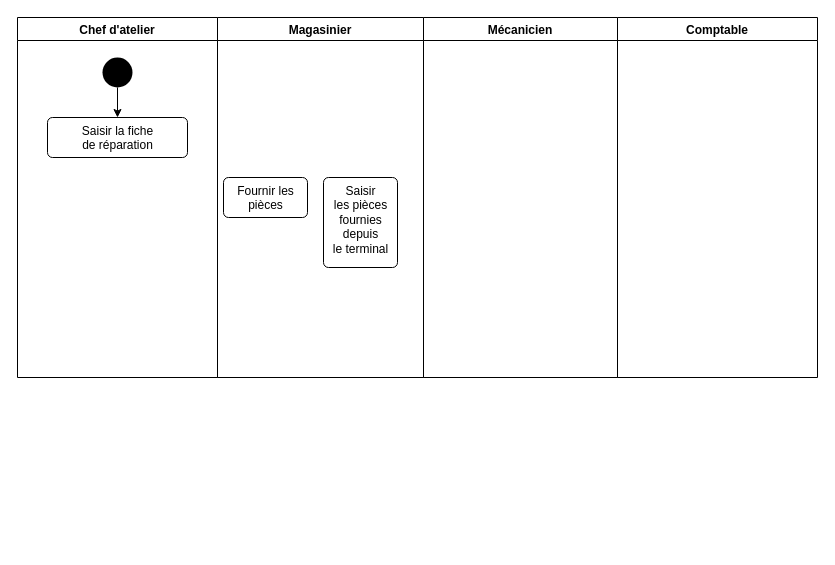
Earlier version of the draw.io diagram activite-diagram-1.drawio (clairenollet/uml-and-rup). Source tidied: cells renumbered, new cells numbered last; positions are measured from the earlier drawing's top-left corner, leaving out a move shared by most shapes. Both pictures are drawn from the tidied source at 100%, with x=0, y=0 at pixel (17, 17).
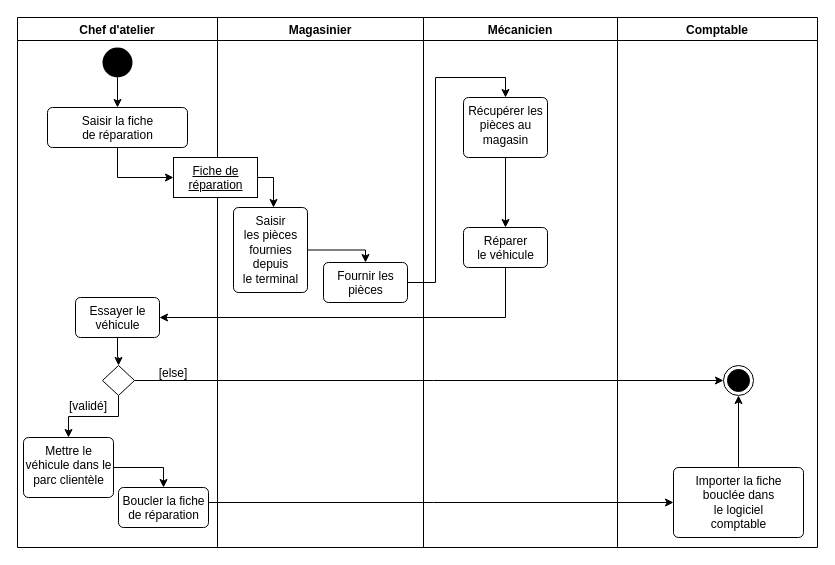
The same page after the edit.

The edit, as a diff of the source:
```diff
@@
     <mxCell id="2" value="Chef d'atelier" style="swimlane;" parent="1" vertex="1">
-      <mxGeometry width="200" height="360" as="geometry" />
+      <mxGeometry width="200" height="530" as="geometry" />
     </mxCell>
@@
     <mxCell id="4" style="ellipse;fillColor=#000000;strokeColor=none;" parent="2" vertex="1">
-      <mxGeometry x="85" y="40" width="30" height="30" as="geometry" />
+      <mxGeometry x="85" y="30" width="30" height="30" as="geometry" />
     </mxCell>
     <mxCell id="5" value="Saisir la fiche &lt;br&gt;de réparation" style="html=1;align=center;verticalAlign=top;rounded=1;absoluteArcSize=1;arcSize=10;dashed=0;" parent="2" vertex="1">
-      <mxGeometry x="30" y="100" width="140" height="40" as="geometry" />
+      <mxGeometry x="30" y="90" width="140" height="40" as="geometry" />
     </mxCell>
+    <mxCell id="11" style="edgeStyle=orthogonalEdgeStyle;rounded=0;jettySize=auto;html=1;entryX=0.5;entryY=0;entryDx=0;entryDy=0;" parent="2" edge="1" source="12" target="17">
+      <mxGeometry relative="1" as="geometry" />
+    </mxCell>
+    <mxCell id="12" value="Essayer le&lt;br&gt; véhicule" style="html=1;align=center;verticalAlign=top;rounded=1;absoluteArcSize=1;arcSize=10;dashed=0;" parent="2" vertex="1">
+      <mxGeometry x="58" y="280" width="84" height="40" as="geometry" />
+    </mxCell>
+    <mxCell id="13" style="edgeStyle=orthogonalEdgeStyle;rounded=0;jettySize=auto;html=1;entryX=0.5;entryY=0;entryDx=0;entryDy=0;" parent="2" edge="1" source="14" target="15">
+      <mxGeometry relative="1" as="geometry" />
+    </mxCell>
+    <mxCell id="14" value="Mettre le &lt;br&gt;véhicule dans le &lt;br&gt;parc clientèle" style="html=1;align=center;verticalAlign=top;rounded=1;absoluteArcSize=1;arcSize=10;dashed=0;" parent="2" vertex="1">
+      <mxGeometry x="6" y="420" width="90" height="60" as="geometry" />
+    </mxCell>
+    <mxCell id="15" value="Boucler la fiche&lt;br&gt;de réparation" style="html=1;align=center;verticalAlign=top;rounded=1;absoluteArcSize=1;arcSize=10;dashed=0;" parent="2" vertex="1">
+      <mxGeometry x="101" y="470" width="90" height="40" as="geometry" />
+    </mxCell>
+    <mxCell id="16" style="edgeStyle=orthogonalEdgeStyle;rounded=0;jettySize=auto;html=1;entryX=0.5;entryY=0;entryDx=0;entryDy=0;" parent="2" edge="1" source="17" target="14">
+      <mxGeometry relative="1" as="geometry" />
+    </mxCell>
+    <mxCell id="17" style="rhombus;whiteSpace=wrap;html=1;" parent="2" vertex="1">
+      <mxGeometry x="85" y="348" width="32" height="30" as="geometry" />
+    </mxCell>
+    <mxCell id="18" value="[else]" style="text;html=1;strokeColor=none;fillColor=none;align=center;verticalAlign=middle;whiteSpace=wrap;rounded=0;" parent="2" vertex="1">
+      <mxGeometry x="126" y="341" width="60" height="30" as="geometry" />
+    </mxCell>
+    <mxCell id="19" value="[validé]" style="text;html=1;strokeColor=none;fillColor=none;align=center;verticalAlign=middle;whiteSpace=wrap;rounded=0;" parent="2" vertex="1">
+      <mxGeometry x="41" y="374" width="60" height="30" as="geometry" />
+    </mxCell>
     <mxCell id="6" value="Magasinier" style="swimlane;" parent="1" vertex="1">
-      <mxGeometry x="200" width="206" height="360" as="geometry" />
+      <mxGeometry x="200" width="206" height="530" as="geometry" />
     </mxCell>
     <mxCell id="7" value="Fournir les&lt;br&gt;pièces" style="html=1;align=center;verticalAlign=top;rounded=1;absoluteArcSize=1;arcSize=10;dashed=0;" parent="6" vertex="1">
-      <mxGeometry x="6" y="160" width="84" height="40" as="geometry" />
+      <mxGeometry x="106" y="245" width="84" height="40" as="geometry" />
     </mxCell>
+    <mxCell id="20" style="edgeStyle=orthogonalEdgeStyle;rounded=0;jettySize=auto;html=1;entryX=0.5;entryY=0;entryDx=0;entryDy=0;" parent="6" edge="1" source="8" target="7">
+      <mxGeometry relative="1" as="geometry">
+        <Array as="points">
+          <mxPoint x="148" y="233" />
+        </Array>
+      </mxGeometry>
+    </mxCell>
     <mxCell id="8" value="Saisir&lt;br&gt;les pièces&lt;br&gt;fournies&lt;br&gt;depuis&lt;br&gt;le terminal" style="html=1;align=center;verticalAlign=top;rounded=1;absoluteArcSize=1;arcSize=10;dashed=0;" parent="6" vertex="1">
-      <mxGeometry x="106" y="160" width="74" height="90" as="geometry" />
+      <mxGeometry x="16" y="190" width="74" height="85" as="geometry" />
     </mxCell>
+    <mxCell id="21" style="edgeStyle=orthogonalEdgeStyle;rounded=0;jettySize=auto;html=1;" parent="6" edge="1" source="22">
+      <mxGeometry relative="1" as="geometry">
+        <mxPoint x="56" y="190" as="targetPoint" />
+        <Array as="points">
+          <mxPoint x="56" y="160" />
+        </Array>
+      </mxGeometry>
+    </mxCell>
+    <mxCell id="22" value="Fiche de &lt;br&gt;réparation" style="html=1;align=center;verticalAlign=top;rounded=0;absoluteArcSize=1;arcSize=10;dashed=0;fontStyle=4;" parent="6" vertex="1">
+      <mxGeometry x="-44" y="140" width="84" height="40" as="geometry" />
+    </mxCell>
     <mxCell id="9" value="Mécanicien" style="swimlane;" parent="1" vertex="1">
-      <mxGeometry x="406" width="194" height="360" as="geometry" />
+      <mxGeometry x="406" width="194" height="530" as="geometry" />
     </mxCell>
+    <mxCell id="23" style="edgeStyle=orthogonalEdgeStyle;rounded=0;jettySize=auto;html=1;entryX=0.5;entryY=0;entryDx=0;entryDy=0;" parent="9" edge="1" source="24" target="25">
+      <mxGeometry relative="1" as="geometry" />
+    </mxCell>
+    <mxCell id="24" value="Récupérer les&lt;br&gt;pièces au&lt;br&gt;magasin" style="html=1;align=center;verticalAlign=top;rounded=1;absoluteArcSize=1;arcSize=10;dashed=0;" parent="9" vertex="1">
+      <mxGeometry x="40" y="80" width="84" height="60" as="geometry" />
+    </mxCell>
+    <mxCell id="25" value="Réparer &lt;br&gt;le véhicule" style="html=1;align=center;verticalAlign=top;rounded=1;absoluteArcSize=1;arcSize=10;dashed=0;" parent="9" vertex="1">
+      <mxGeometry x="40" y="210" width="84" height="40" as="geometry" />
+    </mxCell>
     <mxCell id="10" value="Comptable" style="swimlane;" parent="1" vertex="1">
-      <mxGeometry x="600" width="200" height="360" as="geometry" />
+      <mxGeometry x="600" width="200" height="530" as="geometry" />
     </mxCell>
+    <mxCell id="26" style="edgeStyle=orthogonalEdgeStyle;rounded=0;jettySize=auto;html=1;entryX=0.5;entryY=1;entryDx=0;entryDy=0;" parent="10" edge="1" source="27" target="28">
+      <mxGeometry relative="1" as="geometry" />
+    </mxCell>
+    <mxCell id="27" value="Importer la fiche&lt;br&gt;bouclée dans&lt;br&gt;le logiciel&lt;br&gt;comptable" style="html=1;align=center;verticalAlign=top;rounded=1;absoluteArcSize=1;arcSize=10;dashed=0;" parent="10" vertex="1">
+      <mxGeometry x="56" y="450" width="130" height="70" as="geometry" />
+    </mxCell>
+    <mxCell id="28" style="ellipse;html=1;shape=endState;fillColor=#000000;strokeColor=#000000;rounded=0;" parent="10" vertex="1">
+      <mxGeometry x="106" y="348" width="30" height="30" as="geometry" />
+    </mxCell>
+    <mxCell id="29" style="edgeStyle=orthogonalEdgeStyle;rounded=0;jettySize=auto;html=1;entryX=0;entryY=0.5;entryDx=0;entryDy=0;" parent="1" edge="1" source="5" target="22">
+      <mxGeometry relative="1" as="geometry" />
+    </mxCell>
+    <mxCell id="30" style="edgeStyle=orthogonalEdgeStyle;rounded=0;jettySize=auto;html=1;entryX=0.5;entryY=0;entryDx=0;entryDy=0;" parent="1" edge="1" source="7" target="24">
+      <mxGeometry relative="1" as="geometry" />
+    </mxCell>
+    <mxCell id="31" style="edgeStyle=orthogonalEdgeStyle;rounded=0;jettySize=auto;html=1;entryX=1;entryY=0.5;entryDx=0;entryDy=0;" parent="1" edge="1" source="25" target="12">
+      <mxGeometry relative="1" as="geometry">
+        <Array as="points">
+          <mxPoint x="488" y="300" />
+        </Array>
+      </mxGeometry>
+    </mxCell>
+    <mxCell id="32" style="edgeStyle=orthogonalEdgeStyle;rounded=0;jettySize=auto;html=1;entryX=0;entryY=0.5;entryDx=0;entryDy=0;exitX=1;exitY=0.5;exitDx=0;exitDy=0;" parent="1" edge="1" source="17" target="28">
+      <mxGeometry relative="1" as="geometry">
+        <Array as="points">
+          <mxPoint x="416" y="363" />
+          <mxPoint x="416" y="363" />
+        </Array>
+      </mxGeometry>
+    </mxCell>
+    <mxCell id="33" style="edgeStyle=orthogonalEdgeStyle;rounded=0;jettySize=auto;html=1;entryX=0;entryY=0.5;entryDx=0;entryDy=0;" parent="1" edge="1" source="15" target="27">
+      <mxGeometry relative="1" as="geometry">
+        <Array as="points">
+          <mxPoint x="416" y="485" />
+          <mxPoint x="416" y="485" />
+        </Array>
+      </mxGeometry>
+    </mxCell>
```
